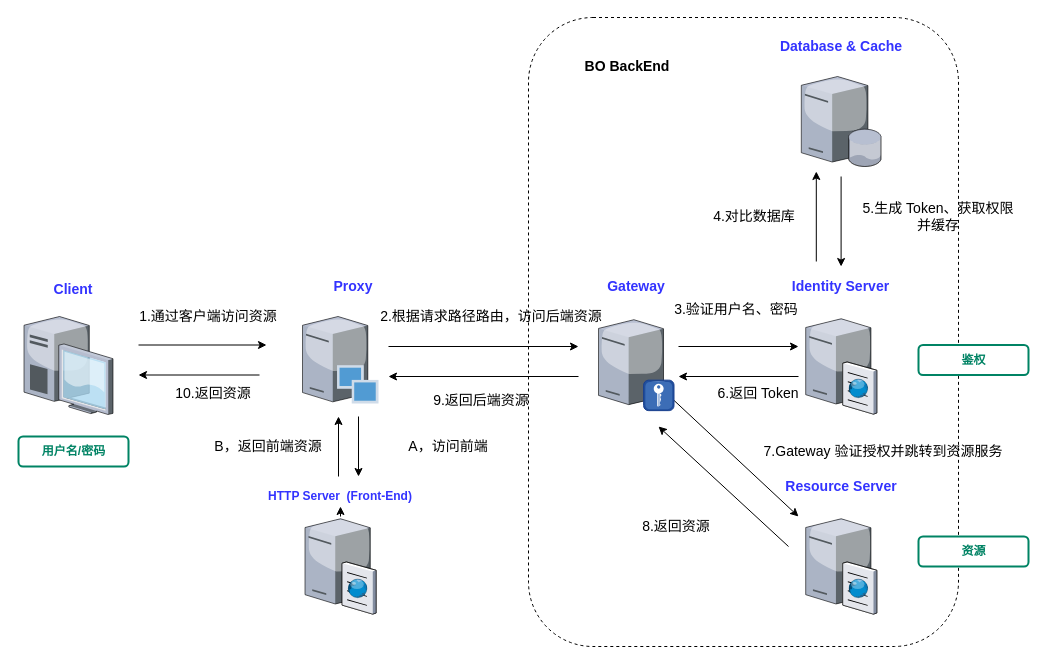
Above: page "BO Authentication" (4 of 7) of 2020-7-13-----Spring Security Report/Spring-Security.drawio in plumnx/DIALY (draw.io), before the change. Source tidied: cells renumbered, new cells numbered last; positions are measured from the earlier drawing's top-left corner, leaving out a move shared by most shapes. Both pictures are drawn from the tidied source at 100%, with x=0, y=0 at pixel (18, 17).
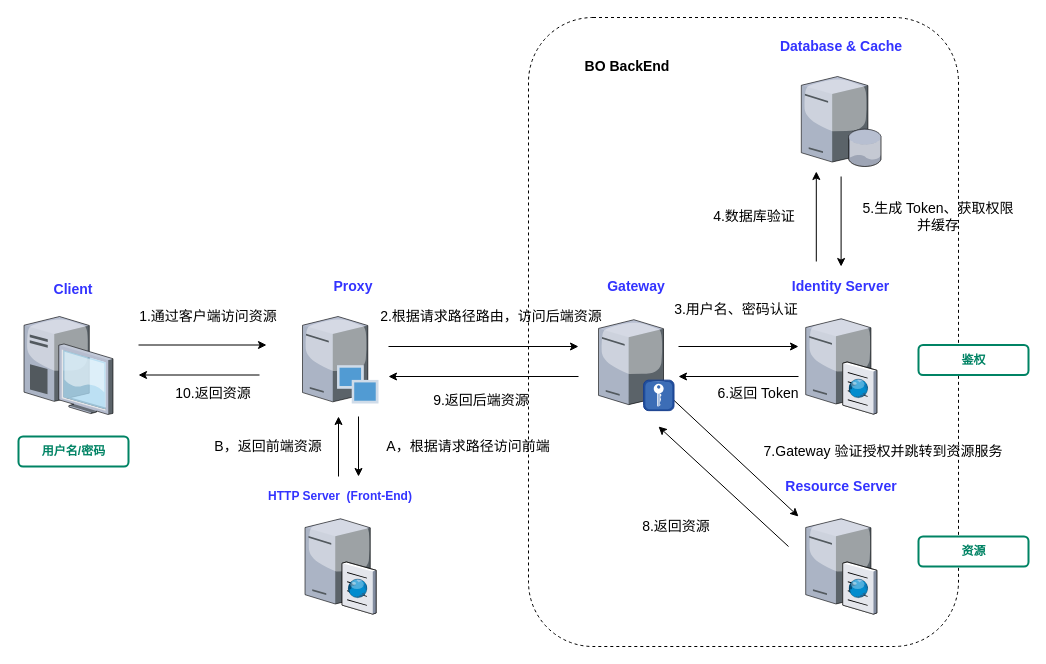
Above is the later version.

The change refers to these unchanged cells:
```xml
<mxCell id="17" style="verticalLabelPosition=top;html=1;verticalAlign=bottom;strokeColor=none;shape=mxgraph.citrix.cache_server;fillColor=#66B2FF;gradientColor=#0066CC;fontSize=14;labelPosition=center;align=center;" parent="1" vertex="1">
  <mxGeometry x="286.5" y="499" width="71" height="97.5" as="geometry" />
</mxCell>
<mxCell id="20" value="&lt;b&gt;&lt;font color=&quot;#3333ff&quot;&gt;HTTP Server&amp;nbsp; (Front-End)&lt;/font&gt;&lt;br&gt;&lt;/b&gt;" style="text;html=1;strokeColor=none;fillColor=none;align=center;verticalAlign=middle;whiteSpace=wrap;rounded=0;" parent="1" vertex="1">
  <mxGeometry x="215.8" y="469" width="212.4" height="20" as="geometry" />
</mxCell>
```

What changed in the source:
```diff
@@
-    <mxCell id="19" style="edgeStyle=none;rounded=0;jettySize=auto;html=1;startArrow=classic;startFill=1;endArrow=none;endFill=0;fontSize=14;" parent="1" edge="1" source="20" target="17">
-      <mxGeometry relative="1" as="geometry" />
-    </mxCell>
@@
-    <mxCell id="36" value="3.验证用户名、密码" style="text;html=1;strokeColor=none;fillColor=none;align=center;verticalAlign=middle;whiteSpace=wrap;rounded=0;fontSize=14;" parent="1" vertex="1">
+    <mxCell id="36" value="3.用户名、密码认证" style="text;html=1;strokeColor=none;fillColor=none;align=center;verticalAlign=middle;whiteSpace=wrap;rounded=0;fontSize=14;" parent="1" vertex="1">
       <mxGeometry x="637.8" y="282.2" width="160" height="20" as="geometry" />
     </mxCell>
-    <mxCell id="37" value="4.对比数据库" style="text;html=1;strokeColor=none;fillColor=none;align=center;verticalAlign=middle;whiteSpace=wrap;rounded=0;fontSize=14;" parent="1" vertex="1">
+    <mxCell id="37" value="4.数据库验证" style="text;html=1;strokeColor=none;fillColor=none;align=center;verticalAlign=middle;whiteSpace=wrap;rounded=0;fontSize=14;" parent="1" vertex="1">
       <mxGeometry x="655.5" y="189" width="160" height="20" as="geometry" />
     </mxCell>
@@
-    <mxCell id="44" value="A，访问前端" style="text;html=1;strokeColor=none;fillColor=none;align=center;verticalAlign=middle;whiteSpace=wrap;rounded=0;fontSize=14;" parent="1" vertex="1">
-      <mxGeometry x="350" y="419" width="160" height="20" as="geometry" />
+    <mxCell id="44" value="A，根据请求路径访问前端" style="text;html=1;strokeColor=none;fillColor=none;align=center;verticalAlign=middle;whiteSpace=wrap;rounded=0;fontSize=14;" parent="1" vertex="1">
+      <mxGeometry x="350" y="419" width="200" height="20" as="geometry" />
     </mxCell>
```
